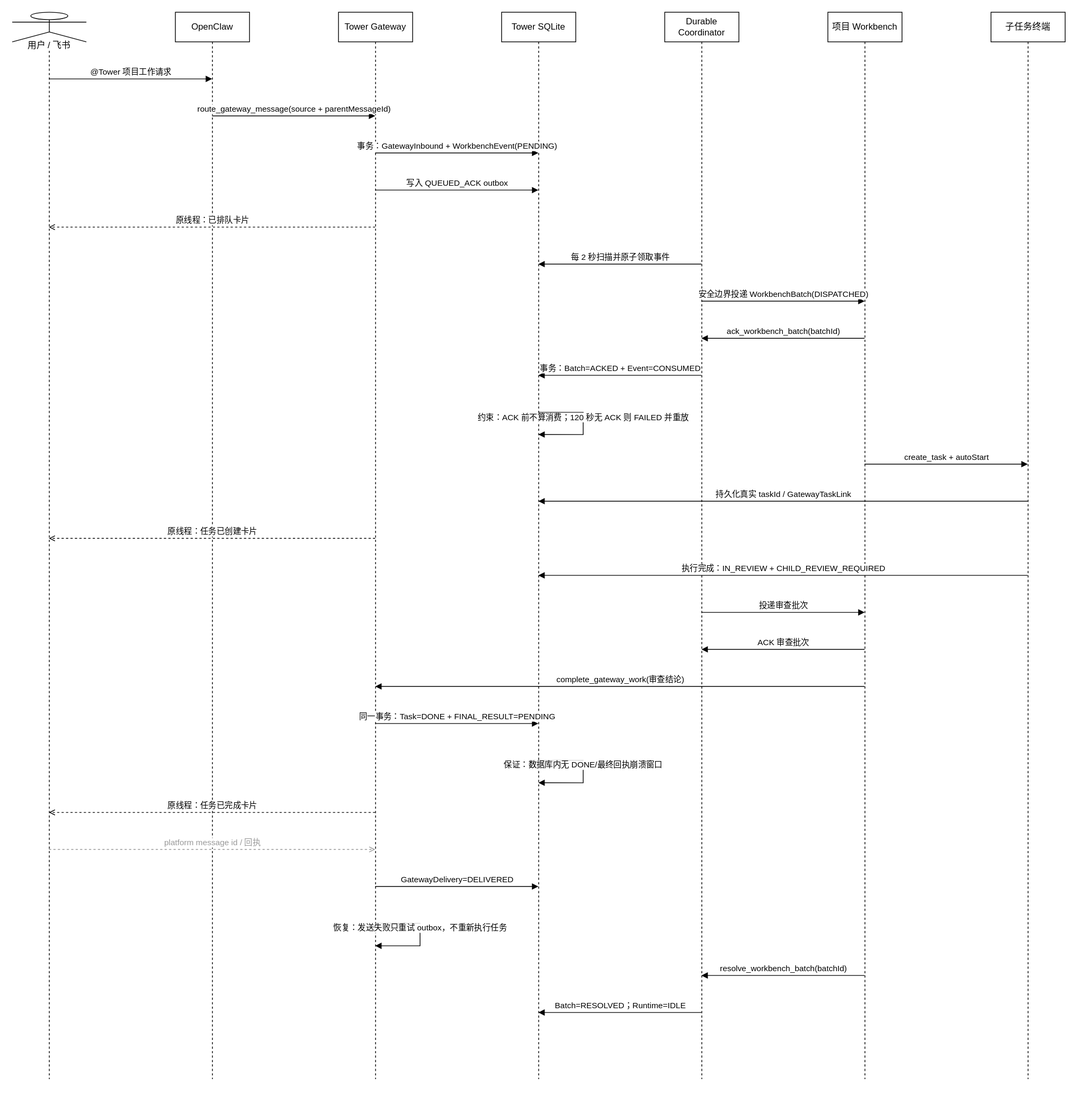
The draw.io diagram docs/diagrams/workbench-gateway-sequence.drawio.svg in jp-liu/tower, before a commit. Source tidied: cells renumbered, new cells last; positions are measured from the earlier drawing's top-left corner, leaving out a move shared by most shapes. Its diagram source:
```xml
<mxGraphModel>
  <root>
    <mxCell id="0" />
    <mxCell id="1" parent="0" />
    <mxCell id="2" value="用户 / 飞书" style="shape=umlLifeline;perimeter=lifelinePerimeter;whiteSpace=wrap;html=1;outlineConnect=0;portConstraint=eastwest;size=40;participant=umlActor;verticalAlign=bottom;spacingBottom=-14;labelBackgroundColor=#ffffff;" parent="1" vertex="1">
      <mxGeometry width="100" height="1440" as="geometry" />
    </mxCell>
    <mxCell id="3" value="OpenClaw" style="shape=umlLifeline;perimeter=lifelinePerimeter;whiteSpace=wrap;html=1;outlineConnect=0;portConstraint=eastwest;size=40;" parent="1" vertex="1">
      <mxGeometry x="220" width="100" height="1440" as="geometry" />
    </mxCell>
    <mxCell id="4" value="Tower Gateway" style="shape=umlLifeline;perimeter=lifelinePerimeter;whiteSpace=wrap;html=1;outlineConnect=0;portConstraint=eastwest;size=40;" parent="1" vertex="1">
      <mxGeometry x="440" width="100" height="1440" as="geometry" />
    </mxCell>
    <mxCell id="5" value="Tower SQLite" style="shape=umlLifeline;perimeter=lifelinePerimeter;whiteSpace=wrap;html=1;outlineConnect=0;portConstraint=eastwest;size=40;" parent="1" vertex="1">
      <mxGeometry x="660" width="100" height="1440" as="geometry" />
    </mxCell>
    <mxCell id="6" value="Durable Coordinator" style="shape=umlLifeline;perimeter=lifelinePerimeter;whiteSpace=wrap;html=1;outlineConnect=0;portConstraint=eastwest;size=40;" parent="1" vertex="1">
      <mxGeometry x="880" width="100" height="1440" as="geometry" />
    </mxCell>
    <mxCell id="7" value="项目 Workbench" style="shape=umlLifeline;perimeter=lifelinePerimeter;whiteSpace=wrap;html=1;outlineConnect=0;portConstraint=eastwest;size=40;" parent="1" vertex="1">
      <mxGeometry x="1100" width="100" height="1440" as="geometry" />
    </mxCell>
    <mxCell id="8" value="子任务终端" style="shape=umlLifeline;perimeter=lifelinePerimeter;whiteSpace=wrap;html=1;outlineConnect=0;portConstraint=eastwest;size=40;" parent="1" vertex="1">
      <mxGeometry x="1320" width="100" height="1440" as="geometry" />
    </mxCell>
    <mxCell id="9" value="@Tower 项目工作请求" style="html=1;verticalAlign=bottom;endArrow=block;curved=0;rounded=0;exitX=0.5;exitY=0.0625;entryX=0.5;entryY=0.0625;" parent="1" edge="1" source="2" target="3">
      <mxGeometry relative="1" as="geometry" />
    </mxCell>
    <mxCell id="10" value="route_gateway_message(source + parentMessageId)" style="html=1;verticalAlign=bottom;endArrow=block;curved=0;rounded=0;exitX=0.5;exitY=0.0972;entryX=0.5;entryY=0.0972;" parent="1" edge="1" source="3" target="4">
      <mxGeometry relative="1" as="geometry" />
    </mxCell>
    <mxCell id="11" value="事务：GatewayInbound + WorkbenchEvent(PENDING)" style="html=1;verticalAlign=bottom;endArrow=block;curved=0;rounded=0;exitX=0.5;exitY=0.1319;entryX=0.5;entryY=0.1319;" parent="1" edge="1" source="4" target="5">
      <mxGeometry relative="1" as="geometry" />
    </mxCell>
    <mxCell id="12" value="写入 QUEUED_ACK outbox" style="html=1;verticalAlign=bottom;endArrow=block;curved=0;rounded=0;exitX=0.5;exitY=0.1667;entryX=0.5;entryY=0.1667;" parent="1" edge="1" source="4" target="5">
      <mxGeometry relative="1" as="geometry" />
    </mxCell>
    <mxCell id="13" value="原线程：已排队卡片" style="html=1;verticalAlign=bottom;endArrow=open;dashed=1;curved=0;rounded=0;exitX=0.5;exitY=0.2014;entryX=0.5;entryY=0.2014;" parent="1" edge="1" source="4" target="2">
      <mxGeometry relative="1" as="geometry" />
    </mxCell>
    <mxCell id="14" value="每 2 秒扫描并原子领取事件" style="html=1;verticalAlign=bottom;endArrow=block;curved=0;rounded=0;exitX=0.5;exitY=0.2361;entryX=0.5;entryY=0.2361;" parent="1" edge="1" source="6" target="5">
      <mxGeometry relative="1" as="geometry" />
    </mxCell>
    <mxCell id="15" value="安全边界投递 WorkbenchBatch(DISPATCHED)" style="html=1;verticalAlign=bottom;endArrow=block;curved=0;rounded=0;exitX=0.5;exitY=0.2708;entryX=0.5;entryY=0.2708;" parent="1" edge="1" source="6" target="7">
      <mxGeometry relative="1" as="geometry" />
    </mxCell>
    <mxCell id="16" value="ack_workbench_batch(batchId)" style="html=1;verticalAlign=bottom;endArrow=block;curved=0;rounded=0;exitX=0.5;exitY=0.3056;entryX=0.5;entryY=0.3056;" parent="1" edge="1" source="7" target="6">
      <mxGeometry relative="1" as="geometry" />
    </mxCell>
    <mxCell id="17" value="事务：Batch=ACKED + Event=CONSUMED" style="html=1;verticalAlign=bottom;endArrow=block;curved=0;rounded=0;exitX=0.5;exitY=0.3403;entryX=0.5;entryY=0.3403;" parent="1" edge="1" source="6" target="5">
      <mxGeometry relative="1" as="geometry" />
    </mxCell>
    <mxCell id="18" value="约束：ACK 前不算消费；120 秒无 ACK 则 FAILED 并重放" style="html=1;verticalAlign=bottom;endArrow=block;curved=0;rounded=0;exitX=0.5;exitY=0.375;entryX=0.5;entryY=0.3958;" parent="1" edge="1" source="5" target="5">
      <mxGeometry relative="1" as="geometry">
        <Array as="points">
          <mxPoint x="770" y="540" />
          <mxPoint x="770" y="570" />
        </Array>
      </mxGeometry>
    </mxCell>
    <mxCell id="19" value="create_task + autoStart" style="html=1;verticalAlign=bottom;endArrow=block;curved=0;rounded=0;exitX=0.5;exitY=0.4236;entryX=0.5;entryY=0.4236;" parent="1" edge="1" source="7" target="8">
      <mxGeometry relative="1" as="geometry" />
    </mxCell>
    <mxCell id="20" value="持久化真实 taskId / GatewayTaskLink" style="html=1;verticalAlign=bottom;endArrow=block;curved=0;rounded=0;exitX=0.5;exitY=0.4583;entryX=0.5;entryY=0.4583;" parent="1" edge="1" source="8" target="5">
      <mxGeometry relative="1" as="geometry" />
    </mxCell>
    <mxCell id="21" value="原线程：任务已创建卡片" style="html=1;verticalAlign=bottom;endArrow=open;dashed=1;curved=0;rounded=0;exitX=0.5;exitY=0.4931;entryX=0.5;entryY=0.4931;" parent="1" edge="1" source="4" target="2">
      <mxGeometry relative="1" as="geometry" />
    </mxCell>
    <mxCell id="22" value="执行完成：IN_REVIEW + CHILD_REVIEW_REQUIRED" style="html=1;verticalAlign=bottom;endArrow=block;curved=0;rounded=0;exitX=0.5;exitY=0.5278;entryX=0.5;entryY=0.5278;" parent="1" edge="1" source="8" target="5">
      <mxGeometry relative="1" as="geometry" />
    </mxCell>
    <mxCell id="23" value="投递审查批次" style="html=1;verticalAlign=bottom;endArrow=block;curved=0;rounded=0;exitX=0.5;exitY=0.5625;entryX=0.5;entryY=0.5625;" parent="1" edge="1" source="6" target="7">
      <mxGeometry relative="1" as="geometry" />
    </mxCell>
    <mxCell id="24" value="ACK 审查批次" style="html=1;verticalAlign=bottom;endArrow=block;curved=0;rounded=0;exitX=0.5;exitY=0.5972;entryX=0.5;entryY=0.5972;" parent="1" edge="1" source="7" target="6">
      <mxGeometry relative="1" as="geometry" />
    </mxCell>
    <mxCell id="25" value="complete_gateway_work(审查结论)" style="html=1;verticalAlign=bottom;endArrow=block;curved=0;rounded=0;exitX=0.5;exitY=0.6319;entryX=0.5;entryY=0.6319;" parent="1" edge="1" source="7" target="4">
      <mxGeometry relative="1" as="geometry" />
    </mxCell>
    <mxCell id="26" value="同一事务：Task=DONE + FINAL_RESULT=PENDING" style="html=1;verticalAlign=bottom;endArrow=block;curved=0;rounded=0;exitX=0.5;exitY=0.6667;entryX=0.5;entryY=0.6667;" parent="1" edge="1" source="4" target="5">
      <mxGeometry relative="1" as="geometry" />
    </mxCell>
    <mxCell id="27" value="保证：数据库内无 DONE/最终回执崩溃窗口" style="html=1;verticalAlign=bottom;endArrow=block;curved=0;rounded=0;exitX=0.5;exitY=0.7014;entryX=0.5;entryY=0.7222;" parent="1" edge="1" source="5" target="5">
      <mxGeometry relative="1" as="geometry">
        <Array as="points">
          <mxPoint x="770" y="1010" />
          <mxPoint x="770" y="1040" />
        </Array>
      </mxGeometry>
    </mxCell>
    <mxCell id="28" value="原线程：任务已完成卡片" style="html=1;verticalAlign=bottom;endArrow=open;dashed=1;curved=0;rounded=0;exitX=0.5;exitY=0.75;entryX=0.5;entryY=0.75;" parent="1" edge="1" source="4" target="2">
      <mxGeometry relative="1" as="geometry" />
    </mxCell>
    <mxCell id="29" value="platform message id / 回执" style="html=1;verticalAlign=bottom;endArrow=open;dashed=1;curved=0;rounded=0;strokeColor=#999999;fontColor=#999999;exitX=0.5;exitY=0.7847;entryX=0.5;entryY=0.7847;" parent="1" edge="1" source="2" target="4">
      <mxGeometry relative="1" as="geometry" />
    </mxCell>
    <mxCell id="30" value="GatewayDelivery=DELIVERED" style="html=1;verticalAlign=bottom;endArrow=block;curved=0;rounded=0;exitX=0.5;exitY=0.8194;entryX=0.5;entryY=0.8194;" parent="1" edge="1" source="4" target="5">
      <mxGeometry relative="1" as="geometry" />
    </mxCell>
    <mxCell id="31" value="恢复：发送失败只重试 outbox，不重新执行任务" style="html=1;verticalAlign=bottom;endArrow=block;curved=0;rounded=0;exitX=0.5;exitY=0.8542;entryX=0.5;entryY=0.875;" parent="1" edge="1" source="4" target="4">
      <mxGeometry relative="1" as="geometry">
        <Array as="points">
          <mxPoint x="550" y="1230" />
          <mxPoint x="550" y="1260" />
        </Array>
      </mxGeometry>
    </mxCell>
    <mxCell id="32" value="resolve_workbench_batch(batchId)" style="html=1;verticalAlign=bottom;endArrow=block;curved=0;rounded=0;exitX=0.5;exitY=0.9028;entryX=0.5;entryY=0.9028;" parent="1" edge="1" source="7" target="6">
      <mxGeometry relative="1" as="geometry" />
    </mxCell>
    <mxCell id="33" value="Batch=RESOLVED；Runtime=IDLE" style="html=1;verticalAlign=bottom;endArrow=block;curved=0;rounded=0;exitX=0.5;exitY=0.9375;entryX=0.5;entryY=0.9375;" parent="1" edge="1" source="6" target="5">
      <mxGeometry relative="1" as="geometry" />
    </mxCell>
  </root>
</mxGraphModel>
```
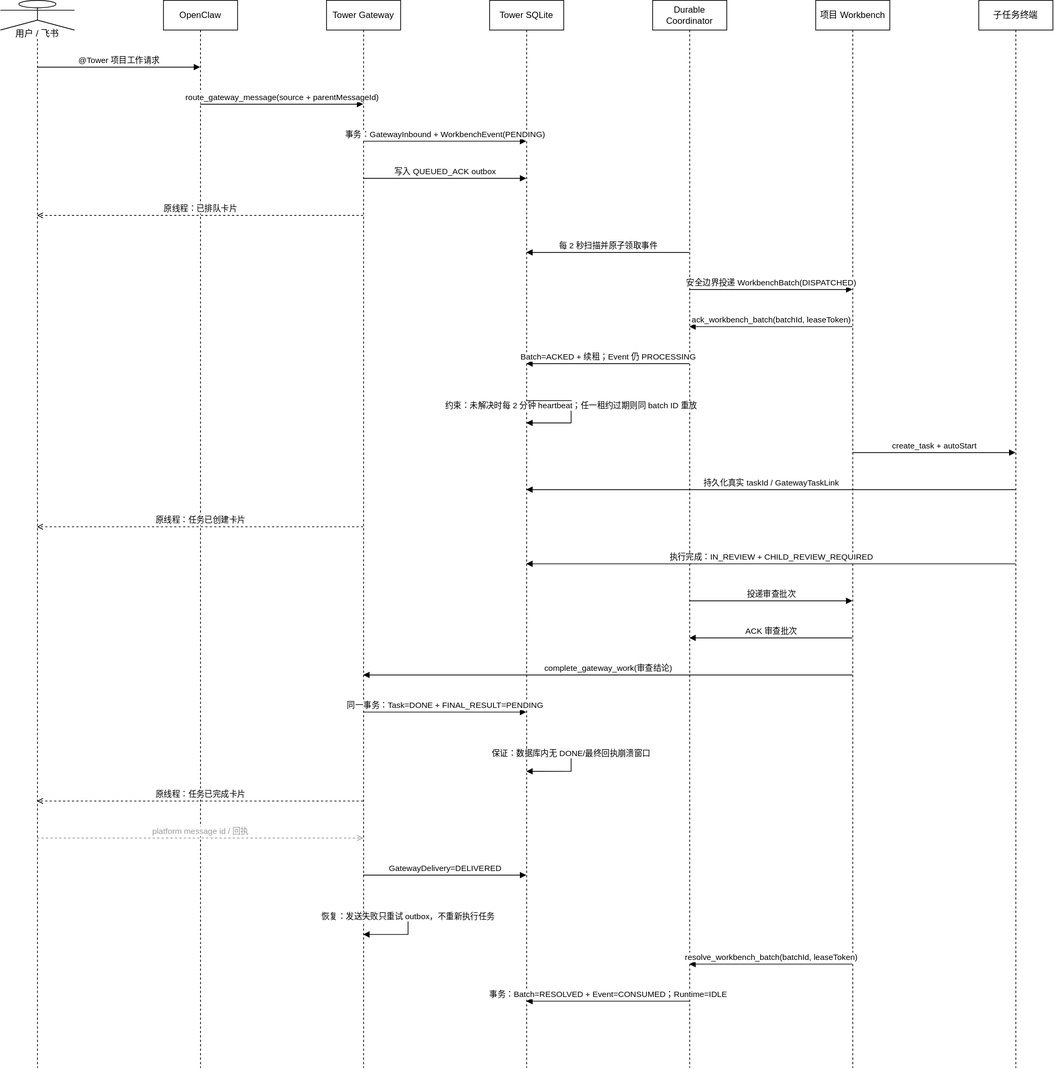
After the commit.

Commit message:
docs(workbench): align leased recovery protocol

Change to the diagram source:
```diff
@@ -44,13 +44,13 @@
     <mxCell id="15" value="安全边界投递 WorkbenchBatch(DISPATCHED)" style="html=1;verticalAlign=bottom;endArrow=block;curved=0;rounded=0;exitX=0.5;exitY=0.2708;entryX=0.5;entryY=0.2708;" parent="1" edge="1" source="6" target="7">
       <mxGeometry relative="1" as="geometry" />
     </mxCell>
-    <mxCell id="16" value="ack_workbench_batch(batchId)" style="html=1;verticalAlign=bottom;endArrow=block;curved=0;rounded=0;exitX=0.5;exitY=0.3056;entryX=0.5;entryY=0.3056;" parent="1" edge="1" source="7" target="6">
+    <mxCell id="16" value="ack_workbench_batch(batchId, leaseToken)" style="html=1;verticalAlign=bottom;endArrow=block;curved=0;rounded=0;exitX=0.5;exitY=0.3056;entryX=0.5;entryY=0.3056;" parent="1" edge="1" source="7" target="6">
       <mxGeometry relative="1" as="geometry" />
     </mxCell>
-    <mxCell id="17" value="事务：Batch=ACKED + Event=CONSUMED" style="html=1;verticalAlign=bottom;endArrow=block;curved=0;rounded=0;exitX=0.5;exitY=0.3403;entryX=0.5;entryY=0.3403;" parent="1" edge="1" source="6" target="5">
+    <mxCell id="17" value="Batch=ACKED + 续租；Event 仍 PROCESSING" style="html=1;verticalAlign=bottom;endArrow=block;curved=0;rounded=0;exitX=0.5;exitY=0.3403;entryX=0.5;entryY=0.3403;" parent="1" edge="1" source="6" target="5">
       <mxGeometry relative="1" as="geometry" />
     </mxCell>
-    <mxCell id="18" value="约束：ACK 前不算消费；120 秒无 ACK 则 FAILED 并重放" style="html=1;verticalAlign=bottom;endArrow=block;curved=0;rounded=0;exitX=0.5;exitY=0.375;entryX=0.5;entryY=0.3958;" parent="1" edge="1" source="5" target="5">
+    <mxCell id="18" value="约束：未解决时每 2 分钟 heartbeat；任一租约过期则同 batch ID 重放" style="html=1;verticalAlign=bottom;endArrow=block;curved=0;rounded=0;exitX=0.5;exitY=0.375;entryX=0.5;entryY=0.3958;" parent="1" edge="1" source="5" target="5">
       <mxGeometry relative="1" as="geometry">
         <Array as="points">
           <mxPoint x="770" y="540" />
@@ -107,10 +107,10 @@
         </Array>
       </mxGeometry>
     </mxCell>
-    <mxCell id="32" value="resolve_workbench_batch(batchId)" style="html=1;verticalAlign=bottom;endArrow=block;curved=0;rounded=0;exitX=0.5;exitY=0.9028;entryX=0.5;entryY=0.9028;" parent="1" edge="1" source="7" target="6">
+    <mxCell id="32" value="resolve_workbench_batch(batchId, leaseToken)" style="html=1;verticalAlign=bottom;endArrow=block;curved=0;rounded=0;exitX=0.5;exitY=0.9028;entryX=0.5;entryY=0.9028;" parent="1" edge="1" source="7" target="6">
       <mxGeometry relative="1" as="geometry" />
     </mxCell>
-    <mxCell id="33" value="Batch=RESOLVED；Runtime=IDLE" style="html=1;verticalAlign=bottom;endArrow=block;curved=0;rounded=0;exitX=0.5;exitY=0.9375;entryX=0.5;entryY=0.9375;" parent="1" edge="1" source="6" target="5">
+    <mxCell id="33" value="事务：Batch=RESOLVED + Event=CONSUMED；Runtime=IDLE" style="html=1;verticalAlign=bottom;endArrow=block;curved=0;rounded=0;exitX=0.5;exitY=0.9375;entryX=0.5;entryY=0.9375;" parent="1" edge="1" source="6" target="5">
       <mxGeometry relative="1" as="geometry" />
     </mxCell>
   </root>
```
